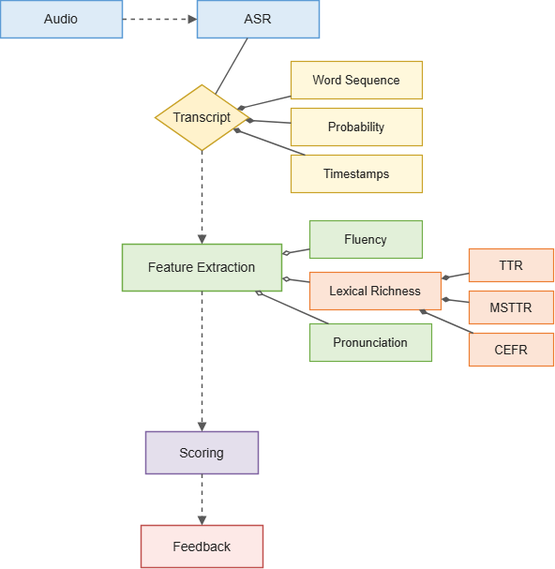
Earlier version of the draw.io export assets/diagrams/flow.png (bachtuocluoi/AFAS-Whisper-Feedback). Source tidied: cells renumbered, new cells last; positions are measured from the earlier drawing's top-left corner, leaving out a move shared by most shapes. Its diagram source:
```xml
<mxGraphModel>
  <root>
    <mxCell id="0" />
    <mxCell id="1" parent="0" />
    <mxCell id="2" value="Audio" style="rounded=0;whiteSpace=wrap;html=1;strokeWidth=1.5;strokeColor=#5B9BD5;fillColor=#DDEBF7;fontSize=14;fontColor=#1F1F1F;align=center;verticalAlign=middle;" parent="1" vertex="1">
      <mxGeometry width="130" height="40" as="geometry" />
    </mxCell>
    <mxCell id="3" value="ASR" style="rounded=0;whiteSpace=wrap;html=1;strokeWidth=1.5;strokeColor=#5B9BD5;fillColor=#DDEBF7;fontSize=14;fontColor=#1F1F1F;align=center;verticalAlign=middle;" parent="1" vertex="1">
      <mxGeometry x="210" width="130" height="40" as="geometry" />
    </mxCell>
    <mxCell id="4" value="Transcript" style="rhombus;whiteSpace=wrap;html=1;strokeWidth=1.5;strokeColor=#C9A227;fillColor=#FFF2CC;fontSize=14;fontColor=#1F1F1F;align=center;verticalAlign=middle;" parent="1" vertex="1">
      <mxGeometry x="165" y="90" width="100" height="70" as="geometry" />
    </mxCell>
    <mxCell id="5" value="Word Sequence" style="rounded=0;whiteSpace=wrap;html=1;strokeWidth=1.2;strokeColor=#C9A227;fillColor=#FFF8DC;fontSize=13;fontColor=#1F1F1F;align=center;verticalAlign=middle;" parent="1" vertex="1">
      <mxGeometry x="310" y="65" width="140" height="40" as="geometry" />
    </mxCell>
    <mxCell id="6" value="Probability" style="rounded=0;whiteSpace=wrap;html=1;strokeWidth=1.2;strokeColor=#C9A227;fillColor=#FFF8DC;fontSize=13;fontColor=#1F1F1F;align=center;verticalAlign=middle;" parent="1" vertex="1">
      <mxGeometry x="310" y="115" width="140" height="40" as="geometry" />
    </mxCell>
    <mxCell id="7" value="Timestamps" style="rounded=0;whiteSpace=wrap;html=1;strokeWidth=1.2;strokeColor=#C9A227;fillColor=#FFF8DC;fontSize=13;fontColor=#1F1F1F;align=center;verticalAlign=middle;" parent="1" vertex="1">
      <mxGeometry x="310" y="165" width="140" height="40" as="geometry" />
    </mxCell>
    <mxCell id="8" value="Feature Extraction" style="rounded=0;whiteSpace=wrap;html=1;strokeWidth=1.5;strokeColor=#70AD47;fillColor=#E2F0D9;fontSize=14;fontColor=#1F1F1F;align=center;verticalAlign=middle;" parent="1" vertex="1">
      <mxGeometry x="130" y="260" width="170" height="50" as="geometry" />
    </mxCell>
    <mxCell id="9" value="Fluency" style="shape=mxgraph.basic.parallelogram2;whiteSpace=wrap;html=1;strokeWidth=1.2;strokeColor=#70AD47;fillColor=#E2F0D9;fontSize=13;fontColor=#1F1F1F;align=center;verticalAlign=middle;" parent="1" vertex="1">
      <mxGeometry x="330" y="235" width="120" height="40" as="geometry" />
    </mxCell>
    <mxCell id="10" value="Lexical Richness" style="shape=mxgraph.basic.parallelogram2;whiteSpace=wrap;html=1;strokeWidth=1.2;strokeColor=#ED7D31;fillColor=#FCE4D6;fontSize=13;fontColor=#1F1F1F;align=center;verticalAlign=middle;" parent="1" vertex="1">
      <mxGeometry x="330" y="290" width="140" height="40" as="geometry" />
    </mxCell>
    <mxCell id="11" value="Pronunciation" style="shape=mxgraph.basic.parallelogram2;whiteSpace=wrap;html=1;strokeWidth=1.2;strokeColor=#70AD47;fillColor=#E2F0D9;fontSize=13;fontColor=#1F1F1F;align=center;verticalAlign=middle;" parent="1" vertex="1">
      <mxGeometry x="330" y="345" width="130" height="40" as="geometry" />
    </mxCell>
    <mxCell id="12" value="TTR" style="rounded=0;whiteSpace=wrap;html=1;strokeWidth=1.2;strokeColor=#ED7D31;fillColor=#FCE4D6;fontSize=13;fontColor=#1F1F1F;align=center;verticalAlign=middle;" parent="1" vertex="1">
      <mxGeometry x="500" y="265" width="90" height="35" as="geometry" />
    </mxCell>
    <mxCell id="13" value="MSTTR" style="rounded=0;whiteSpace=wrap;html=1;strokeWidth=1.2;strokeColor=#ED7D31;fillColor=#FCE4D6;fontSize=13;fontColor=#1F1F1F;align=center;verticalAlign=middle;" parent="1" vertex="1">
      <mxGeometry x="500" y="310" width="90" height="35" as="geometry" />
    </mxCell>
    <mxCell id="14" value="CEFR" style="rounded=0;whiteSpace=wrap;html=1;strokeWidth=1.2;strokeColor=#ED7D31;fillColor=#FCE4D6;fontSize=13;fontColor=#1F1F1F;align=center;verticalAlign=middle;" parent="1" vertex="1">
      <mxGeometry x="500" y="355" width="90" height="35" as="geometry" />
    </mxCell>
    <mxCell id="15" value="Scoring" style="rounded=0;whiteSpace=wrap;html=1;strokeWidth=1.5;strokeColor=#8064A2;fillColor=#E4DFEC;fontSize=14;fontColor=#1F1F1F;align=center;verticalAlign=middle;" parent="1" vertex="1">
      <mxGeometry x="155" y="460" width="120" height="45" as="geometry" />
    </mxCell>
    <mxCell id="16" value="Feedback" style="rounded=0;whiteSpace=wrap;html=1;strokeWidth=1.5;strokeColor=#C0504D;fillColor=#FDE9E7;fontSize=14;fontColor=#1F1F1F;align=center;verticalAlign=middle;" parent="1" vertex="1">
      <mxGeometry x="150" y="560" width="130" height="45" as="geometry" />
    </mxCell>
    <mxCell id="17" style="dashed=1;endArrow=block;endFill=1;strokeWidth=1.5;strokeColor=#595959;" parent="1" edge="1" source="2" target="3">
      <mxGeometry relative="1" as="geometry" />
    </mxCell>
    <mxCell id="18" style="endArrow=none;strokeWidth=1.5;strokeColor=#595959;" parent="1" edge="1" source="3" target="4">
      <mxGeometry relative="1" as="geometry" />
    </mxCell>
    <mxCell id="19" style="endArrow=none;startArrow=diamondThin;startFill=1;strokeWidth=1.5;strokeColor=#595959;" parent="1" edge="1" source="4" target="5">
      <mxGeometry relative="1" as="geometry" />
    </mxCell>
    <mxCell id="20" style="endArrow=none;startArrow=diamondThin;startFill=1;strokeWidth=1.5;strokeColor=#595959;" parent="1" edge="1" source="4" target="6">
      <mxGeometry relative="1" as="geometry" />
    </mxCell>
    <mxCell id="21" style="endArrow=none;startArrow=diamondThin;startFill=1;strokeWidth=1.5;strokeColor=#595959;" parent="1" edge="1" source="4" target="7">
      <mxGeometry relative="1" as="geometry" />
    </mxCell>
    <mxCell id="22" style="dashed=1;endArrow=block;endFill=1;strokeWidth=1.5;strokeColor=#595959;" parent="1" edge="1" source="4" target="8">
      <mxGeometry relative="1" as="geometry" />
    </mxCell>
    <mxCell id="23" style="endArrow=none;startArrow=diamondThin;startFill=0;strokeWidth=1.5;strokeColor=#595959;" parent="1" edge="1" source="8" target="9">
      <mxGeometry relative="1" as="geometry" />
    </mxCell>
    <mxCell id="24" style="endArrow=none;startArrow=diamondThin;startFill=0;strokeWidth=1.5;strokeColor=#595959;" parent="1" edge="1" source="8" target="10">
      <mxGeometry relative="1" as="geometry" />
    </mxCell>
    <mxCell id="25" style="endArrow=none;startArrow=diamondThin;startFill=0;strokeWidth=1.5;strokeColor=#595959;" parent="1" edge="1" source="8" target="11">
      <mxGeometry relative="1" as="geometry" />
    </mxCell>
    <mxCell id="26" style="endArrow=none;startArrow=diamondThin;startFill=1;strokeWidth=1.5;strokeColor=#595959;" parent="1" edge="1" source="10" target="12">
      <mxGeometry relative="1" as="geometry" />
    </mxCell>
    <mxCell id="27" style="endArrow=none;startArrow=diamondThin;startFill=1;strokeWidth=1.5;strokeColor=#595959;" parent="1" edge="1" source="10" target="13">
      <mxGeometry relative="1" as="geometry" />
    </mxCell>
    <mxCell id="28" style="endArrow=none;startArrow=diamondThin;startFill=1;strokeWidth=1.5;strokeColor=#595959;" parent="1" edge="1" source="10" target="14">
      <mxGeometry relative="1" as="geometry" />
    </mxCell>
    <mxCell id="29" style="dashed=1;endArrow=block;endFill=1;strokeWidth=1.5;strokeColor=#595959;" parent="1" edge="1" source="8" target="15">
      <mxGeometry relative="1" as="geometry" />
    </mxCell>
    <mxCell id="30" style="dashed=1;endArrow=block;endFill=1;strokeWidth=1.5;strokeColor=#595959;" parent="1" edge="1" source="15" target="16">
      <mxGeometry relative="1" as="geometry" />
    </mxCell>
  </root>
</mxGraphModel>
```
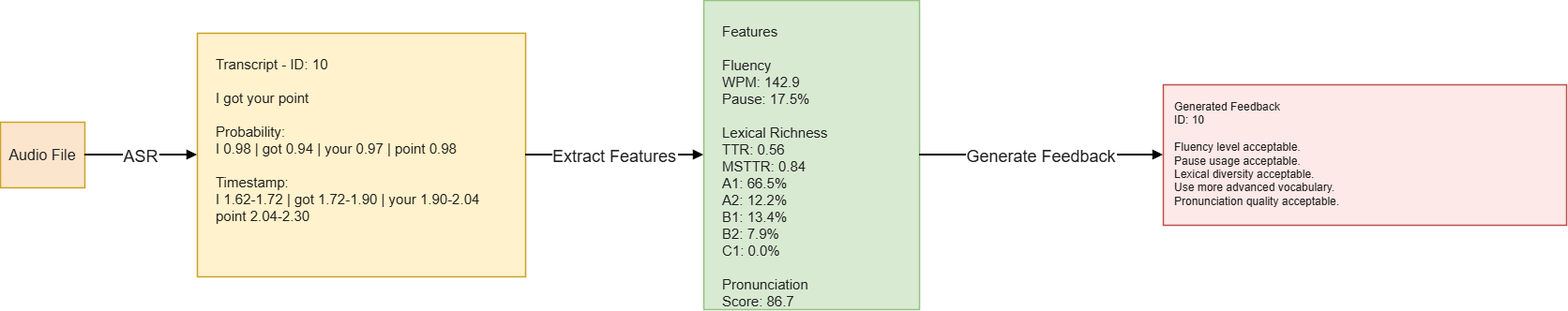
Above is the later version.

Commit message:
chỉnh lại  asr pipeline diagram theo yêu cầu

Change to the diagram source:
```diff
@@ -2,92 +2,26 @@
   <root>
     <mxCell id="0" />
     <mxCell id="1" parent="0" />
-    <mxCell id="2" value="Audio" style="rounded=0;whiteSpace=wrap;html=1;strokeWidth=1.5;strokeColor=#5B9BD5;fillColor=#DDEBF7;fontSize=14;fontColor=#1F1F1F;align=center;verticalAlign=middle;" parent="1" vertex="1">
-      <mxGeometry width="130" height="40" as="geometry" />
-    </mxCell>
+    <mxCell id="31" value="Audio File" style="rounded=0;whiteSpace=wrap;html=1;strokeWidth=1.5;strokeColor=#C9A227;fillColor=#FCE5CD;fontSize=16;fontColor=#1F1F1F;align=center;verticalAlign=middle;" parent="1" vertex="1">
+      <mxGeometry x="-1010" y="220" width="90" height="70" as="geometry" />
+    </mxCell>
+    <mxCell id="32" value="Transcript - ID: 10&#10;&#10;I got your point&#10;&#10;Probability:&#10;I 0.98 | got 0.94 | your 0.97 | point 0.98&#10;&#10;Timestamp:&#10;I 1.62-1.72 | got 1.72-1.90 | your 1.90-2.04&#10;point 2.04-2.30" style="rounded=0;whiteSpace=wrap;html=1;strokeWidth=1.5;strokeColor=#C9A227;fillColor=#FFF2CC;fontSize=15;fontColor=#1F1F1F;align=left;spacingLeft=18;spacingTop=18;verticalAlign=top;" parent="1" vertex="1">
+      <mxGeometry x="-800" y="125" width="350" height="260" as="geometry" />
+    </mxCell>
+    <mxCell id="33" value="Features&#10;&#10;Fluency&#10;WPM: 142.9&#10;Pause: 17.5%&#10;&#10;Lexical Richness&#10;TTR: 0.56&#10;MSTTR: 0.84&#10;A1: 66.5%&#10;A2: 12.2%&#10;B1: 13.4%&#10;B2: 7.9%&#10;C1: 0.0%&#10;&#10;Pronunciation&#10;Score: 86.7" style="rounded=0;whiteSpace=wrap;html=1;strokeWidth=1.5;strokeColor=#93C47D;fillColor=#D9EAD3;fontSize=15;fontColor=#1F1F1F;align=left;spacingLeft=18;spacingTop=18;verticalAlign=top;" parent="1" vertex="1">
+      <mxGeometry x="-260" y="90" width="230" height="330" as="geometry" />
+    </mxCell>
+    <mxCell id="34" value="Generated Feedback&#10;ID: 10&#10;&#10;Fluency level acceptable.&#10;Pause usage acceptable.&#10;Lexical diversity acceptable.&#10;Use more advanced vocabulary.&#10;Pronunciation quality acceptable." style="rounded=0;whiteSpace=wrap;html=1;strokeWidth=1.5;strokeColor=#C0504D;fillColor=#FDE9E7;fontSize=12;fontColor=#1F1F1F;align=left;spacingLeft=10;spacingTop=10;verticalAlign=top;" parent="1" vertex="1">
+      <mxGeometry x="230" y="180" width="430" height="150" as="geometry" />
+    </mxCell>
-    <mxCell id="3" value="ASR" style="rounded=0;whiteSpace=wrap;html=1;strokeWidth=1.5;strokeColor=#5B9BD5;fillColor=#DDEBF7;fontSize=14;fontColor=#1F1F1F;align=center;verticalAlign=middle;" parent="1" vertex="1">
-      <mxGeometry x="210" width="130" height="40" as="geometry" />
+    <mxCell id="3" value="ASR" style="endArrow=block;endFill=1;strokeWidth=2;fontSize=18;fontColor=#1F1F1F;labelBackgroundColor=default;" parent="1" edge="1" source="31" target="32">
+      <mxGeometry relative="1" as="geometry" />
     </mxCell>
-    <mxCell id="4" value="Transcript" style="rhombus;whiteSpace=wrap;html=1;strokeWidth=1.5;strokeColor=#C9A227;fillColor=#FFF2CC;fontSize=14;fontColor=#1F1F1F;align=center;verticalAlign=middle;" parent="1" vertex="1">
-      <mxGeometry x="165" y="90" width="100" height="70" as="geometry" />
-    </mxCell>
-    <mxCell id="5" value="Word Sequence" style="rounded=0;whiteSpace=wrap;html=1;strokeWidth=1.2;strokeColor=#C9A227;fillColor=#FFF8DC;fontSize=13;fontColor=#1F1F1F;align=center;verticalAlign=middle;" parent="1" vertex="1">
-      <mxGeometry x="310" y="65" width="140" height="40" as="geometry" />
-    </mxCell>
-    <mxCell id="6" value="Probability" style="rounded=0;whiteSpace=wrap;html=1;strokeWidth=1.2;strokeColor=#C9A227;fillColor=#FFF8DC;fontSize=13;fontColor=#1F1F1F;align=center;verticalAlign=middle;" parent="1" vertex="1">
-      <mxGeometry x="310" y="115" width="140" height="40" as="geometry" />
-    </mxCell>
-    <mxCell id="7" value="Timestamps" style="rounded=0;whiteSpace=wrap;html=1;strokeWidth=1.2;strokeColor=#C9A227;fillColor=#FFF8DC;fontSize=13;fontColor=#1F1F1F;align=center;verticalAlign=middle;" parent="1" vertex="1">
-      <mxGeometry x="310" y="165" width="140" height="40" as="geometry" />
-    </mxCell>
-    <mxCell id="8" value="Feature Extraction" style="rounded=0;whiteSpace=wrap;html=1;strokeWidth=1.5;strokeColor=#70AD47;fillColor=#E2F0D9;fontSize=14;fontColor=#1F1F1F;align=center;verticalAlign=middle;" parent="1" vertex="1">
-      <mxGeometry x="130" y="260" width="170" height="50" as="geometry" />
-    </mxCell>
-    <mxCell id="9" value="Fluency" style="shape=mxgraph.basic.parallelogram2;whiteSpace=wrap;html=1;strokeWidth=1.2;strokeColor=#70AD47;fillColor=#E2F0D9;fontSize=13;fontColor=#1F1F1F;align=center;verticalAlign=middle;" parent="1" vertex="1">
-      <mxGeometry x="330" y="235" width="120" height="40" as="geometry" />
-    </mxCell>
-    <mxCell id="10" value="Lexical Richness" style="shape=mxgraph.basic.parallelogram2;whiteSpace=wrap;html=1;strokeWidth=1.2;strokeColor=#ED7D31;fillColor=#FCE4D6;fontSize=13;fontColor=#1F1F1F;align=center;verticalAlign=middle;" parent="1" vertex="1">
-      <mxGeometry x="330" y="290" width="140" height="40" as="geometry" />
-    </mxCell>
-    <mxCell id="11" value="Pronunciation" style="shape=mxgraph.basic.parallelogram2;whiteSpace=wrap;html=1;strokeWidth=1.2;strokeColor=#70AD47;fillColor=#E2F0D9;fontSize=13;fontColor=#1F1F1F;align=center;verticalAlign=middle;" parent="1" vertex="1">
-      <mxGeometry x="330" y="345" width="130" height="40" as="geometry" />
-    </mxCell>
-    <mxCell id="12" value="TTR" style="rounded=0;whiteSpace=wrap;html=1;strokeWidth=1.2;strokeColor=#ED7D31;fillColor=#FCE4D6;fontSize=13;fontColor=#1F1F1F;align=center;verticalAlign=middle;" parent="1" vertex="1">
-      <mxGeometry x="500" y="265" width="90" height="35" as="geometry" />
-    </mxCell>
-    <mxCell id="13" value="MSTTR" style="rounded=0;whiteSpace=wrap;html=1;strokeWidth=1.2;strokeColor=#ED7D31;fillColor=#FCE4D6;fontSize=13;fontColor=#1F1F1F;align=center;verticalAlign=middle;" parent="1" vertex="1">
-      <mxGeometry x="500" y="310" width="90" height="35" as="geometry" />
-    </mxCell>
-    <mxCell id="14" value="CEFR" style="rounded=0;whiteSpace=wrap;html=1;strokeWidth=1.2;strokeColor=#ED7D31;fillColor=#FCE4D6;fontSize=13;fontColor=#1F1F1F;align=center;verticalAlign=middle;" parent="1" vertex="1">
-      <mxGeometry x="500" y="355" width="90" height="35" as="geometry" />
-    </mxCell>
-    <mxCell id="15" value="Scoring" style="rounded=0;whiteSpace=wrap;html=1;strokeWidth=1.5;strokeColor=#8064A2;fillColor=#E4DFEC;fontSize=14;fontColor=#1F1F1F;align=center;verticalAlign=middle;" parent="1" vertex="1">
-      <mxGeometry x="155" y="460" width="120" height="45" as="geometry" />
-    </mxCell>
-    <mxCell id="16" value="Feedback" style="rounded=0;whiteSpace=wrap;html=1;strokeWidth=1.5;strokeColor=#C0504D;fillColor=#FDE9E7;fontSize=14;fontColor=#1F1F1F;align=center;verticalAlign=middle;" parent="1" vertex="1">
-      <mxGeometry x="150" y="560" width="130" height="45" as="geometry" />
-    </mxCell>
-    <mxCell id="17" style="dashed=1;endArrow=block;endFill=1;strokeWidth=1.5;strokeColor=#595959;" parent="1" edge="1" source="2" target="3">
-      <mxGeometry relative="1" as="geometry" />
-    </mxCell>
-    <mxCell id="18" style="endArrow=none;strokeWidth=1.5;strokeColor=#595959;" parent="1" edge="1" source="3" target="4">
-      <mxGeometry relative="1" as="geometry" />
-    </mxCell>
-    <mxCell id="19" style="endArrow=none;startArrow=diamondThin;startFill=1;strokeWidth=1.5;strokeColor=#595959;" parent="1" edge="1" source="4" target="5">
-      <mxGeometry relative="1" as="geometry" />
-    </mxCell>
-    <mxCell id="20" style="endArrow=none;startArrow=diamondThin;startFill=1;strokeWidth=1.5;strokeColor=#595959;" parent="1" edge="1" source="4" target="6">
-      <mxGeometry relative="1" as="geometry" />
-    </mxCell>
-    <mxCell id="21" style="endArrow=none;startArrow=diamondThin;startFill=1;strokeWidth=1.5;strokeColor=#595959;" parent="1" edge="1" source="4" target="7">
-      <mxGeometry relative="1" as="geometry" />
-    </mxCell>
-    <mxCell id="22" style="dashed=1;endArrow=block;endFill=1;strokeWidth=1.5;strokeColor=#595959;" parent="1" edge="1" source="4" target="8">
-      <mxGeometry relative="1" as="geometry" />
-    </mxCell>
-    <mxCell id="23" style="endArrow=none;startArrow=diamondThin;startFill=0;strokeWidth=1.5;strokeColor=#595959;" parent="1" edge="1" source="8" target="9">
-      <mxGeometry relative="1" as="geometry" />
-    </mxCell>
-    <mxCell id="24" style="endArrow=none;startArrow=diamondThin;startFill=0;strokeWidth=1.5;strokeColor=#595959;" parent="1" edge="1" source="8" target="10">
-      <mxGeometry relative="1" as="geometry" />
-    </mxCell>
-    <mxCell id="25" style="endArrow=none;startArrow=diamondThin;startFill=0;strokeWidth=1.5;strokeColor=#595959;" parent="1" edge="1" source="8" target="11">
-      <mxGeometry relative="1" as="geometry" />
-    </mxCell>
-    <mxCell id="26" style="endArrow=none;startArrow=diamondThin;startFill=1;strokeWidth=1.5;strokeColor=#595959;" parent="1" edge="1" source="10" target="12">
-      <mxGeometry relative="1" as="geometry" />
-    </mxCell>
-    <mxCell id="27" style="endArrow=none;startArrow=diamondThin;startFill=1;strokeWidth=1.5;strokeColor=#595959;" parent="1" edge="1" source="10" target="13">
-      <mxGeometry relative="1" as="geometry" />
-    </mxCell>
-    <mxCell id="28" style="endArrow=none;startArrow=diamondThin;startFill=1;strokeWidth=1.5;strokeColor=#595959;" parent="1" edge="1" source="10" target="14">
-      <mxGeometry relative="1" as="geometry" />
-    </mxCell>
-    <mxCell id="29" style="dashed=1;endArrow=block;endFill=1;strokeWidth=1.5;strokeColor=#595959;" parent="1" edge="1" source="8" target="15">
-      <mxGeometry relative="1" as="geometry" />
-    </mxCell>
-    <mxCell id="30" style="dashed=1;endArrow=block;endFill=1;strokeWidth=1.5;strokeColor=#595959;" parent="1" edge="1" source="15" target="16">
-      <mxGeometry relative="1" as="geometry" />
-    </mxCell>
+    <mxCell id="35" value="Extract Features" style="endArrow=block;endFill=1;strokeWidth=2;fontSize=18;fontColor=#1F1F1F;labelBackgroundColor=default;" parent="1" edge="1" source="32" target="33">
+      <mxGeometry relative="1" as="geometry" />
+    </mxCell>
+    <mxCell id="36" value="Generate Feedback" style="endArrow=block;endFill=1;strokeWidth=2;fontSize=18;fontColor=#1F1F1F;labelBackgroundColor=default;" parent="1" edge="1" source="33" target="34">
+      <mxGeometry relative="1" as="geometry" />
+    </mxCell>
   </root>
 </mxGraphModel>
```
